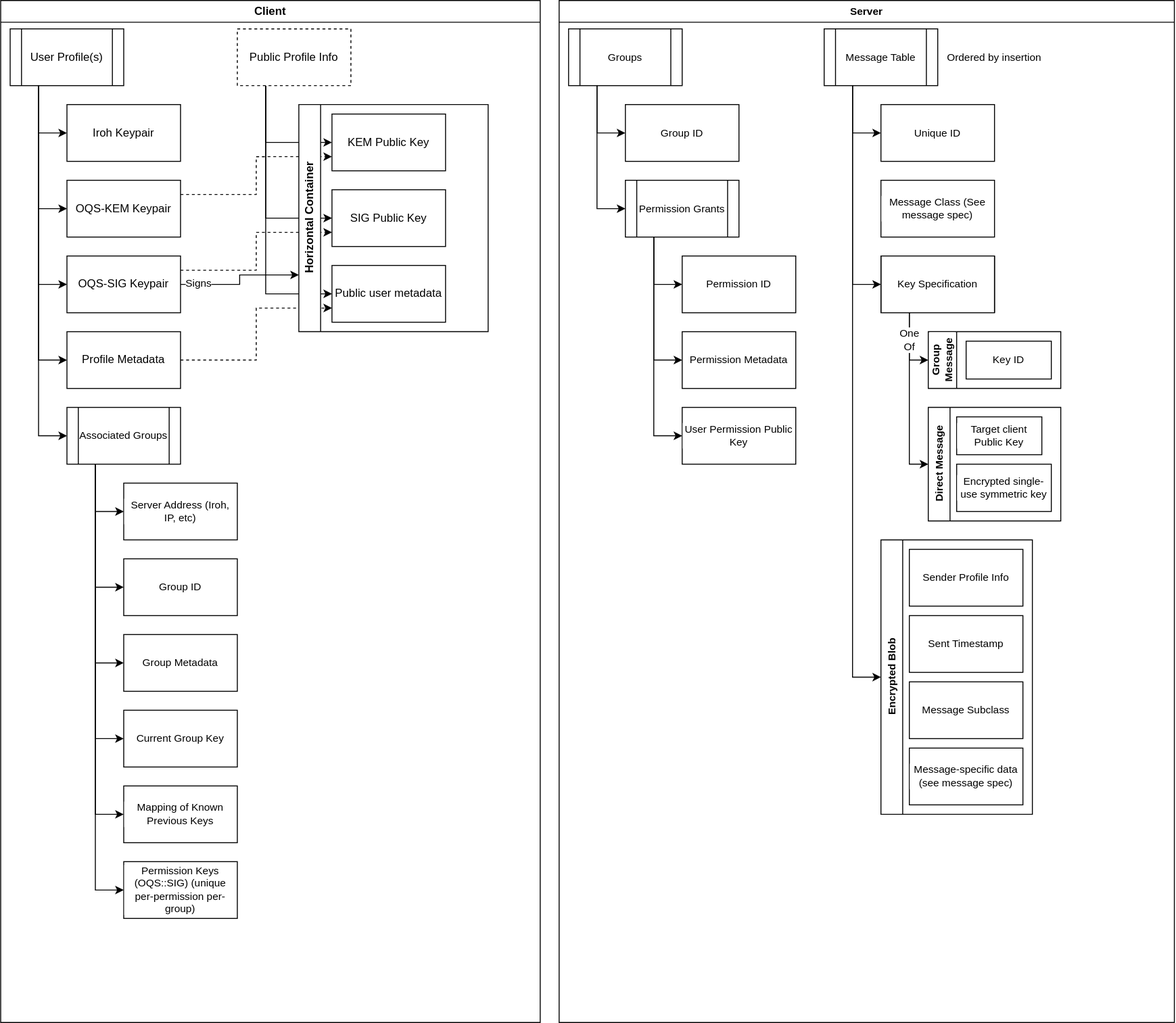
Above: specification/components.drawio.svg in resolution-comms/protocol (draw.io), before the change. Source tidied: cells renumbered, new cells last; positions are measured from the earlier drawing's top-left corner, leaving out a move shared by most shapes.
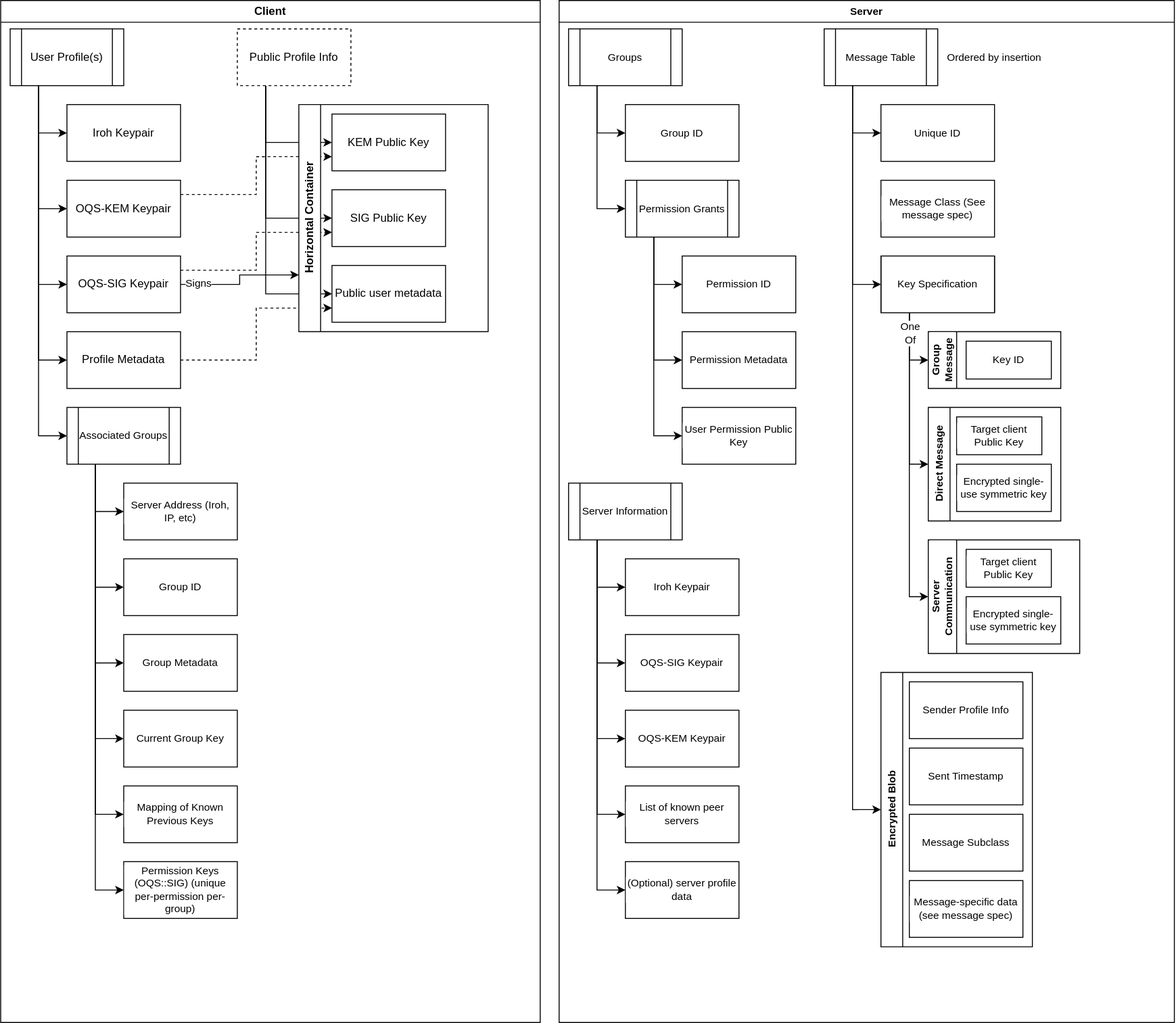
Later version of the same file.

Change to the diagram source:
```diff
@@ -170,8 +170,11 @@
     <mxCell id="57" style="edgeStyle=orthogonalEdgeStyle;shape=connector;curved=0;rounded=0;html=1;exitX=0.25;exitY=1;exitDx=0;exitDy=0;entryX=0;entryY=0.5;entryDx=0;entryDy=0;strokeColor=default;align=center;verticalAlign=middle;fontFamily=Helvetica;fontSize=11;fontColor=default;labelBackgroundColor=default;elbow=vertical;endArrow=classic;" parent="39" edge="1" source="59" target="62">
       <mxGeometry relative="1" as="geometry" />
     </mxCell>
+    <mxCell id="72" style="edgeStyle=orthogonalEdgeStyle;shape=connector;curved=0;rounded=0;html=1;exitX=0.25;exitY=1;exitDx=0;exitDy=0;entryX=0;entryY=0.5;entryDx=0;entryDy=0;strokeColor=default;align=center;verticalAlign=middle;fontFamily=Helvetica;fontSize=11;fontColor=default;labelBackgroundColor=default;elbow=vertical;endArrow=classic;" parent="39" edge="1" source="59" target="83">
+      <mxGeometry relative="1" as="geometry" />
+    </mxCell>
-    <mxCell id="58" value="One&lt;br&gt;Of" style="edgeLabel;html=1;align=center;verticalAlign=middle;fontFamily=Helvetica;fontSize=11;fontColor=default;labelBackgroundColor=default;" parent="57" vertex="1">
-      <mxGeometry x="-0.68" relative="1" as="geometry" />
+    <mxCell id="58" value="One&lt;br&gt;Of" style="edgeLabel;html=1;align=center;verticalAlign=middle;fontFamily=Helvetica;fontSize=11;fontColor=default;labelBackgroundColor=default;" parent="72" vertex="1">
+      <mxGeometry x="-0.87" y="1" relative="1" as="geometry" />
     </mxCell>
     <mxCell id="59" value="Key Specification" style="shape=process;whiteSpace=wrap;html=1;backgroundOutline=1;fontFamily=Helvetica;fontSize=11;fontColor=default;labelBackgroundColor=default;size=0;" parent="39" vertex="1">
       <mxGeometry x="340" y="270" width="120" height="60" as="geometry" />
@@ -195,7 +198,7 @@
       <mxGeometry x="400" y="30" width="120" height="60" as="geometry" />
     </mxCell>
     <mxCell id="66" value="Encrypted Blob" style="swimlane;horizontal=0;whiteSpace=wrap;html=1;fontFamily=Helvetica;fontSize=11;fontColor=default;labelBackgroundColor=default;" parent="39" vertex="1">
-      <mxGeometry x="340" y="570" width="160" height="290" as="geometry" />
+      <mxGeometry x="340" y="710" width="160" height="290" as="geometry" />
     </mxCell>
     <mxCell id="67" value="Sender Profile Info" style="rounded=0;whiteSpace=wrap;html=1;fontFamily=Helvetica;fontSize=11;fontColor=default;labelBackgroundColor=default;" parent="66" vertex="1">
       <mxGeometry x="30" y="10" width="120" height="60" as="geometry" />
@@ -212,5 +215,47 @@
     <mxCell id="71" value="Message Class (See message spec)" style="rounded=0;whiteSpace=wrap;html=1;fontFamily=Helvetica;fontSize=11;fontColor=default;labelBackgroundColor=default;" parent="39" vertex="1">
       <mxGeometry x="340" y="190" width="120" height="60" as="geometry" />
     </mxCell>
+    <mxCell id="73" style="edgeStyle=orthogonalEdgeStyle;shape=connector;curved=0;rounded=0;html=1;exitX=0.25;exitY=1;exitDx=0;exitDy=0;entryX=0;entryY=0.5;entryDx=0;entryDy=0;strokeColor=default;align=center;verticalAlign=middle;fontFamily=Helvetica;fontSize=11;fontColor=default;labelBackgroundColor=default;elbow=vertical;endArrow=classic;" parent="39" edge="1" source="78" target="79">
+      <mxGeometry relative="1" as="geometry" />
+    </mxCell>
+    <mxCell id="74" style="edgeStyle=orthogonalEdgeStyle;shape=connector;curved=0;rounded=0;html=1;exitX=0.25;exitY=1;exitDx=0;exitDy=0;entryX=0;entryY=0.5;entryDx=0;entryDy=0;strokeColor=default;align=center;verticalAlign=middle;fontFamily=Helvetica;fontSize=11;fontColor=default;labelBackgroundColor=default;elbow=vertical;endArrow=classic;" parent="39" edge="1" source="78" target="80">
+      <mxGeometry relative="1" as="geometry" />
+    </mxCell>
+    <mxCell id="75" style="edgeStyle=orthogonalEdgeStyle;shape=connector;curved=0;rounded=0;html=1;exitX=0.25;exitY=1;exitDx=0;exitDy=0;entryX=0;entryY=0.5;entryDx=0;entryDy=0;strokeColor=default;align=center;verticalAlign=middle;fontFamily=Helvetica;fontSize=11;fontColor=default;labelBackgroundColor=default;elbow=vertical;endArrow=classic;" parent="39" edge="1" source="78" target="81">
+      <mxGeometry relative="1" as="geometry" />
+    </mxCell>
+    <mxCell id="76" style="edgeStyle=orthogonalEdgeStyle;shape=connector;curved=0;rounded=0;html=1;exitX=0.25;exitY=1;exitDx=0;exitDy=0;entryX=0;entryY=0.5;entryDx=0;entryDy=0;strokeColor=default;align=center;verticalAlign=middle;fontFamily=Helvetica;fontSize=11;fontColor=default;labelBackgroundColor=default;elbow=vertical;endArrow=classic;" parent="39" edge="1" source="78" target="82">
+      <mxGeometry relative="1" as="geometry" />
+    </mxCell>
+    <mxCell id="77" style="edgeStyle=orthogonalEdgeStyle;shape=connector;curved=0;rounded=0;html=1;exitX=0.25;exitY=1;exitDx=0;exitDy=0;entryX=0;entryY=0.5;entryDx=0;entryDy=0;strokeColor=default;align=center;verticalAlign=middle;fontFamily=Helvetica;fontSize=11;fontColor=default;labelBackgroundColor=default;elbow=vertical;endArrow=classic;" parent="39" edge="1" source="78" target="86">
+      <mxGeometry relative="1" as="geometry" />
+    </mxCell>
+    <mxCell id="78" value="Server Information" style="shape=process;whiteSpace=wrap;html=1;backgroundOutline=1;fontFamily=Helvetica;fontSize=11;fontColor=default;labelBackgroundColor=default;" parent="39" vertex="1">
+      <mxGeometry x="10" y="510" width="120" height="60" as="geometry" />
+    </mxCell>
+    <mxCell id="79" value="Iroh Keypair" style="rounded=0;whiteSpace=wrap;html=1;fontFamily=Helvetica;fontSize=11;fontColor=default;labelBackgroundColor=default;" parent="39" vertex="1">
+      <mxGeometry x="70" y="590" width="120" height="60" as="geometry" />
+    </mxCell>
+    <mxCell id="80" value="OQS-SIG Keypair" style="rounded=0;whiteSpace=wrap;html=1;fontFamily=Helvetica;fontSize=11;fontColor=default;labelBackgroundColor=default;" parent="39" vertex="1">
+      <mxGeometry x="70" y="670" width="120" height="60" as="geometry" />
+    </mxCell>
+    <mxCell id="81" value="List of known peer servers" style="rounded=0;whiteSpace=wrap;html=1;fontFamily=Helvetica;fontSize=11;fontColor=default;labelBackgroundColor=default;" parent="39" vertex="1">
+      <mxGeometry x="70" y="830" width="120" height="60" as="geometry" />
+    </mxCell>
+    <mxCell id="82" value="(Optional) server profile data" style="rounded=0;whiteSpace=wrap;html=1;fontFamily=Helvetica;fontSize=11;fontColor=default;labelBackgroundColor=default;" parent="39" vertex="1">
+      <mxGeometry x="70" y="910" width="120" height="60" as="geometry" />
+    </mxCell>
+    <mxCell id="83" value="Server Communication" style="swimlane;horizontal=0;whiteSpace=wrap;html=1;fontFamily=Helvetica;fontSize=11;fontColor=default;labelBackgroundColor=default;startSize=30;" parent="39" vertex="1">
+      <mxGeometry x="390" y="570" width="160" height="120" as="geometry" />
+    </mxCell>
+    <mxCell id="84" value="Target client Public Key" style="rounded=0;whiteSpace=wrap;html=1;fontFamily=Helvetica;fontSize=11;fontColor=default;labelBackgroundColor=default;" parent="83" vertex="1">
+      <mxGeometry x="40" y="10" width="90" height="40" as="geometry" />
+    </mxCell>
+    <mxCell id="85" value="Encrypted single-use symmetric key" style="rounded=0;whiteSpace=wrap;html=1;fontFamily=Helvetica;fontSize=11;fontColor=default;labelBackgroundColor=default;" parent="83" vertex="1">
+      <mxGeometry x="40" y="60" width="100" height="50" as="geometry" />
+    </mxCell>
+    <mxCell id="86" value="OQS-KEM Keypair" style="rounded=0;whiteSpace=wrap;html=1;fontFamily=Helvetica;fontSize=11;fontColor=default;labelBackgroundColor=default;" parent="39" vertex="1">
+      <mxGeometry x="70" y="750" width="120" height="60" as="geometry" />
+    </mxCell>
   </root>
 </mxGraphModel>
```
